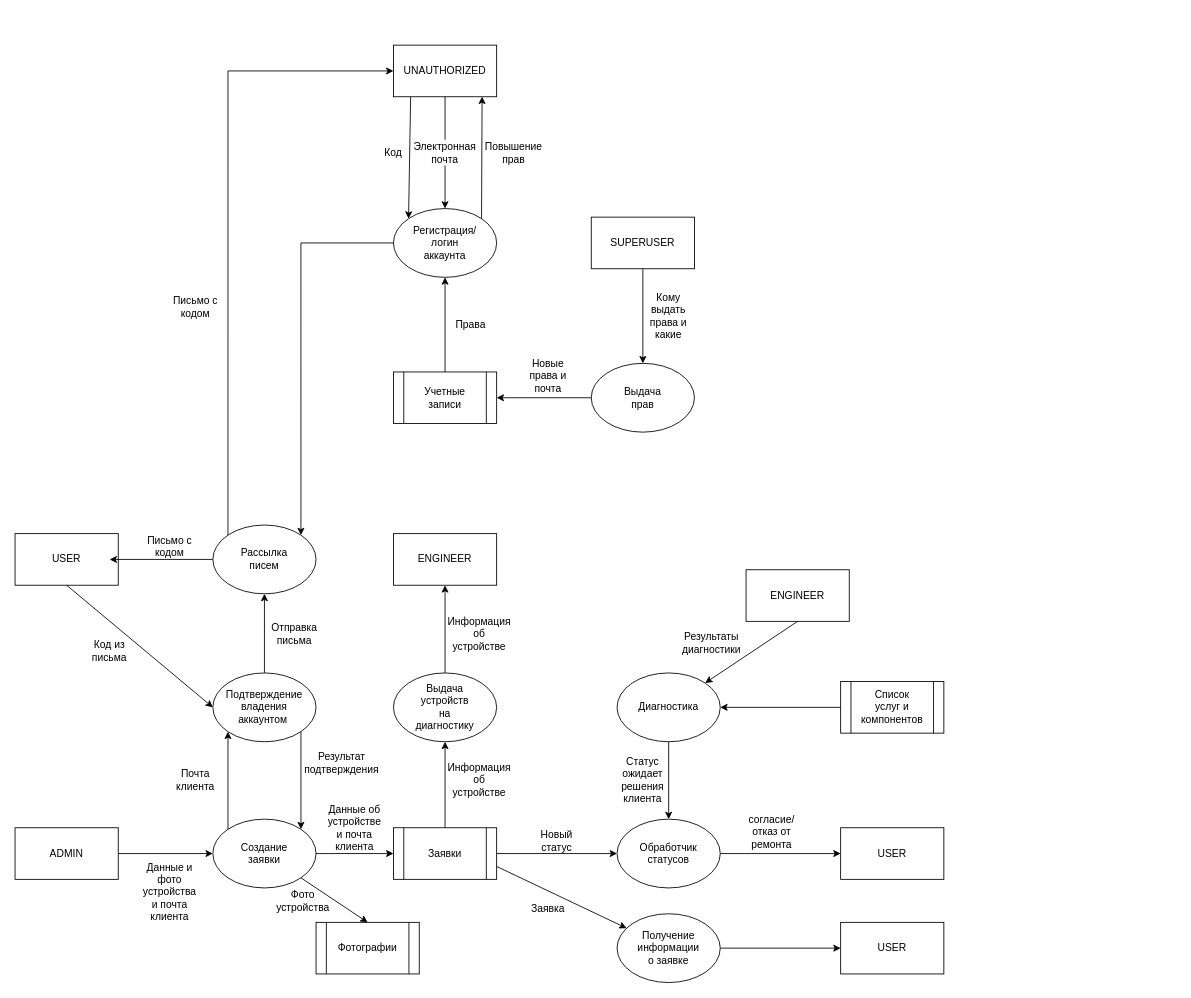
Before: docs/threat-model/architecture/diagram.drawio in exectly7/SecureDevelopment, a draw.io diagram. Source tidied: cells renumbered, new cells numbered last; positions are measured from the earlier drawing's top-left corner, leaving out a move shared by most shapes. Both pictures are drawn from the tidied source at 86%, with x=0, y=0 at pixel (15, 45).
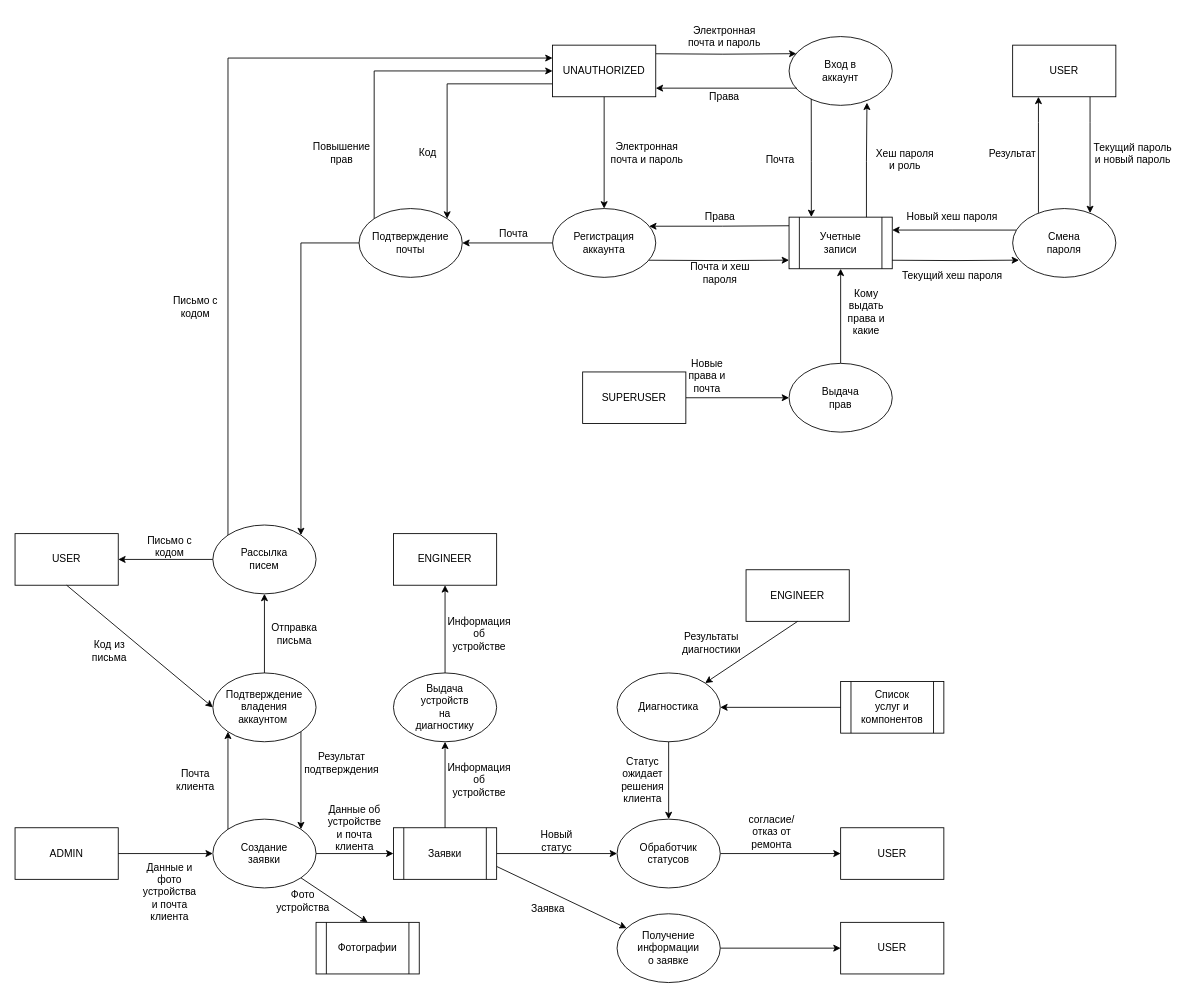
The same page after the edit.

Commit message (it also covers changes not shown here):
fix: update architecture diagram

Unchanged cells that the change refers to:
```xml
<mxCell id="3" style="rounded=0;whiteSpace=wrap;html=1;" parent="1" vertex="1">
  <mxGeometry y="910" width="120" height="60" as="geometry" />
</mxCell>
<mxCell id="17" style="rounded=0;whiteSpace=wrap;html=1;" parent="1" vertex="1">
  <mxGeometry y="568" width="120" height="60" as="geometry" />
</mxCell>
<mxCell id="32" style="ellipse;whiteSpace=wrap;html=1;shapeInside=1;" parent="1" vertex="1">
  <mxGeometry x="230" y="558" width="120" height="80" as="geometry" />
</mxCell>
```

The edit, as a diff of the source:
```diff
@@
-    <mxCell id="5" style="endArrow=classic;html=1;rounded=0;exitX=1;exitY=0.5;exitDx=0;exitDy=0;entryX=0;entryY=0.5;entryDx=0;entryDy=0;" parent="1" edge="1" source="3">
-      <mxGeometry relative="1" as="geometry">
-        <mxPoint x="230" y="940" as="targetPoint" />
-      </mxGeometry>
-    </mxCell>
+    <mxCell id="92" style="endArrow=classic;html=1;rounded=0;exitX=1;exitY=0.5;exitDx=0;exitDy=0;entryX=0;entryY=0.5;entryDx=0;entryDy=0;" parent="1" edge="1" source="3">
+      <mxGeometry relative="1" as="geometry">
+        <mxPoint x="230" y="940" as="targetPoint" />
+      </mxGeometry>
+    </mxCell>
@@
-    <mxCell id="23" style="shape=process;whiteSpace=wrap;html=1;backgroundOutline=1;" parent="1" vertex="1">
-      <mxGeometry x="440" y="380" width="120" height="60" as="geometry" />
-    </mxCell>
+    <mxCell id="93" style="edgeStyle=orthogonalEdgeStyle;rounded=0;jettySize=auto;html=1;entryX=0.936;entryY=0.257;entryDx=0;entryDy=0;entryPerimeter=0;" parent="1" edge="1" target="102">
+      <mxGeometry relative="1" as="geometry">
+        <mxPoint x="900" y="210" as="sourcePoint" />
+      </mxGeometry>
+    </mxCell>
+    <mxCell id="94" style="shape=process;whiteSpace=wrap;html=1;backgroundOutline=1;" parent="1" vertex="1">
+      <mxGeometry x="900" y="200" width="120" height="60" as="geometry" />
+    </mxCell>
     <mxCell id="24" value="Учетные записи" style="text;html=1;whiteSpace=wrap;strokeColor=none;fillColor=none;align=center;verticalAlign=middle;rounded=0;" parent="1" vertex="1">
-      <mxGeometry x="470" y="395" width="60" height="30" as="geometry" />
+      <mxGeometry x="930" y="215" width="60" height="30" as="geometry" />
     </mxCell>
@@
+    <mxCell id="95" style="edgeStyle=orthogonalEdgeStyle;rounded=0;jettySize=auto;html=1;exitX=0;exitY=0;exitDx=0;exitDy=0;entryX=0;entryY=0.25;entryDx=0;entryDy=0;" parent="1" edge="1" source="32" target="100">
+      <mxGeometry x="-0.02" relative="1" as="geometry">
+        <Array as="points">
+          <mxPoint x="247.6" y="15" />
+        </Array>
+      </mxGeometry>
+    </mxCell>
@@
-    <mxCell id="35" style="endArrow=classic;html=1;rounded=0;exitX=0;exitY=0.5;exitDx=0;exitDy=0;" parent="1" edge="1" source="32">
-      <mxGeometry relative="1" as="geometry">
-        <mxPoint x="110" y="598" as="targetPoint" />
-      </mxGeometry>
-    </mxCell>
+    <mxCell id="96" style="endArrow=classic;html=1;rounded=0;exitX=0;exitY=0.5;exitDx=0;exitDy=0;entryX=1;entryY=0.5;entryDx=0;entryDy=0;" parent="1" edge="1" source="32" target="17">
+      <mxGeometry relative="1" as="geometry" />
+    </mxCell>
@@
-    <mxCell id="68" style="rounded=0;whiteSpace=wrap;html=1;" parent="1" vertex="1">
-      <mxGeometry x="440" width="120" height="60" as="geometry" />
-    </mxCell>
+    <mxCell id="97" style="edgeStyle=orthogonalEdgeStyle;rounded=0;jettySize=auto;html=1;entryX=0.071;entryY=0.249;entryDx=0;entryDy=0;entryPerimeter=0;" parent="1" edge="1" target="111">
+      <mxGeometry x="-0.05" relative="1" as="geometry">
+        <mxPoint x="745" y="10" as="sourcePoint" />
+      </mxGeometry>
+    </mxCell>
+    <mxCell id="98" style="edgeStyle=orthogonalEdgeStyle;rounded=0;jettySize=auto;html=1;exitX=0;exitY=0.75;exitDx=0;exitDy=0;entryX=1;entryY=0;entryDx=0;entryDy=0;" parent="1" edge="1" source="100" target="115">
+      <mxGeometry x="0.09" relative="1" as="geometry">
+        <Array as="points">
+          <mxPoint x="502.4" y="45" />
+        </Array>
+      </mxGeometry>
+    </mxCell>
+    <mxCell id="99" style="edgeStyle=orthogonalEdgeStyle;rounded=0;jettySize=auto;html=1;entryX=0.5;entryY=0;entryDx=0;entryDy=0;" parent="1" edge="1" source="100" target="102">
+      <mxGeometry relative="1" as="geometry" />
+    </mxCell>
+    <mxCell id="100" style="rounded=0;whiteSpace=wrap;html=1;" parent="1" vertex="1">
+      <mxGeometry x="625" width="120" height="60" as="geometry" />
+    </mxCell>
     <mxCell id="69" value="UNAUTHORIZED" style="text;html=1;whiteSpace=wrap;strokeColor=none;fillColor=none;align=center;verticalAlign=middle;rounded=0;" parent="1" vertex="1">
-      <mxGeometry x="470" y="15" width="60" height="30" as="geometry" />
+      <mxGeometry x="655" y="15" width="60" height="30" as="geometry" />
     </mxCell>
-    <mxCell id="70" style="endArrow=classic;html=1;rounded=0;exitX=0.5;exitY=1;exitDx=0;exitDy=0;" parent="1" edge="1" source="91" target="71">
-      <mxGeometry relative="1" as="geometry" />
-    </mxCell>
-    <mxCell id="71" style="ellipse;whiteSpace=wrap;html=1;shapeInside=1;" parent="1" vertex="1">
-      <mxGeometry x="440" y="190" width="120" height="80" as="geometry" />
-    </mxCell>
-    <mxCell id="72" value="Регистрация/логин аккаунта" style="text;html=1;whiteSpace=wrap;strokeColor=none;fillColor=none;align=center;verticalAlign=middle;rounded=0;" parent="1" vertex="1">
-      <mxGeometry x="470" y="215" width="60" height="30" as="geometry" />
-    </mxCell>
-    <mxCell id="73" style="endArrow=classic;html=1;rounded=0;exitX=0;exitY=0.5;exitDx=0;exitDy=0;entryX=1;entryY=0;entryDx=0;entryDy=0;edgeStyle=orthogonalEdgeStyle;" parent="1" edge="1" source="71" target="32">
-      <mxGeometry relative="1" as="geometry" />
-    </mxCell>
-    <mxCell id="74" style="endArrow=classic;html=1;rounded=0;exitX=0;exitY=0;exitDx=0;exitDy=0;entryX=0;entryY=0.5;entryDx=0;entryDy=0;edgeStyle=orthogonalEdgeStyle;" parent="1" edge="1" source="32" target="68">
-      <mxGeometry relative="1" as="geometry">
-        <Array as="points">
-          <mxPoint x="247.6" y="30" />
-        </Array>
-      </mxGeometry>
-    </mxCell>
+    <mxCell id="101" style="edgeStyle=orthogonalEdgeStyle;rounded=0;jettySize=auto;html=1;exitX=0;exitY=0.5;exitDx=0;exitDy=0;entryX=1;entryY=0.5;entryDx=0;entryDy=0;" parent="1" edge="1" source="102" target="115">
+      <mxGeometry relative="1" as="geometry" />
+    </mxCell>
+    <mxCell id="102" style="ellipse;whiteSpace=wrap;html=1;shapeInside=1;" parent="1" vertex="1">
+      <mxGeometry x="625" y="190" width="120" height="80" as="geometry" />
+    </mxCell>
+    <mxCell id="103" value="Регистрация аккаунта" style="text;html=1;whiteSpace=wrap;strokeColor=none;fillColor=none;align=center;verticalAlign=middle;rounded=0;" parent="1" vertex="1">
+      <mxGeometry x="655" y="215" width="60" height="30" as="geometry" />
+    </mxCell>
@@
-    <mxCell id="76" style="endArrow=classic;html=1;rounded=0;entryX=0;entryY=0;entryDx=0;entryDy=0;" parent="1" edge="1" target="71">
-      <mxGeometry relative="1" as="geometry">
-        <mxPoint x="460" y="60" as="sourcePoint" />
-      </mxGeometry>
-    </mxCell>
+    <mxCell id="104" value="&lt;div&gt;Электронная почта и пароль&lt;/div&gt;" style="text;html=1;whiteSpace=wrap;strokeColor=none;fillColor=none;align=center;verticalAlign=middle;rounded=0;" parent="1" vertex="1">
+      <mxGeometry x="690" y="100" width="90" height="50" as="geometry" />
+    </mxCell>
+    <mxCell id="79" value="Повышение прав" style="text;html=1;whiteSpace=wrap;strokeColor=none;fillColor=none;align=center;verticalAlign=middle;rounded=0;" parent="1" vertex="1">
+      <mxGeometry x="350" y="110" width="60" height="30" as="geometry" />
+    </mxCell>
+    <mxCell id="105" style="edgeStyle=orthogonalEdgeStyle;rounded=0;jettySize=auto;html=1;" parent="1" edge="1" source="106" target="108">
+      <mxGeometry relative="1" as="geometry" />
+    </mxCell>
+    <mxCell id="106" style="rounded=0;whiteSpace=wrap;html=1;" parent="1" vertex="1">
+      <mxGeometry x="660" y="380" width="120" height="60" as="geometry" />
+    </mxCell>
+    <mxCell id="81" value="SUPERUSER" style="text;html=1;whiteSpace=wrap;strokeColor=none;fillColor=none;align=center;verticalAlign=middle;rounded=0;" parent="1" vertex="1">
+      <mxGeometry x="690" y="395" width="60" height="30" as="geometry" />
+    </mxCell>
+    <mxCell id="107" style="edgeStyle=orthogonalEdgeStyle;rounded=0;jettySize=auto;html=1;exitX=0.5;exitY=0;exitDx=0;exitDy=0;entryX=0.5;entryY=1;entryDx=0;entryDy=0;" parent="1" edge="1" source="108" target="94">
+      <mxGeometry relative="1" as="geometry" />
+    </mxCell>
+    <mxCell id="108" style="ellipse;whiteSpace=wrap;html=1;shapeInside=1;" parent="1" vertex="1">
+      <mxGeometry x="900" y="370" width="120" height="80" as="geometry" />
+    </mxCell>
+    <mxCell id="83" value="Выдача прав" style="text;html=1;whiteSpace=wrap;strokeColor=none;fillColor=none;align=center;verticalAlign=middle;rounded=0;" parent="1" vertex="1">
+      <mxGeometry x="930" y="395" width="60" height="30" as="geometry" />
+    </mxCell>
+    <mxCell id="85" value="Новые права и почта" style="text;html=1;whiteSpace=wrap;strokeColor=none;fillColor=none;align=center;verticalAlign=middle;rounded=0;" parent="1" vertex="1">
+      <mxGeometry x="775" y="370" width="60" height="30" as="geometry" />
+    </mxCell>
+    <mxCell id="87" value="Кому выдать права и какие" style="text;html=1;whiteSpace=wrap;strokeColor=none;fillColor=none;align=center;verticalAlign=middle;rounded=0;" parent="1" vertex="1">
+      <mxGeometry x="960" y="295" width="60" height="30" as="geometry" />
+    </mxCell>
+    <mxCell id="109" value="Права" style="text;html=1;whiteSpace=wrap;strokeColor=none;fillColor=none;align=center;verticalAlign=middle;rounded=0;" parent="1" vertex="1">
+      <mxGeometry x="790" y="190" width="60" height="20" as="geometry" />
+    </mxCell>
+    <mxCell id="110" value="Почта и хеш пароля" style="text;html=1;whiteSpace=wrap;strokeColor=none;fillColor=none;align=center;verticalAlign=middle;rounded=0;" parent="1" vertex="1">
+      <mxGeometry x="770" y="250" width="100" height="30" as="geometry" />
+    </mxCell>
+    <mxCell id="111" style="ellipse;whiteSpace=wrap;html=1;shapeInside=1;" parent="1" vertex="1">
+      <mxGeometry x="900" y="-10" width="120" height="80" as="geometry" />
+    </mxCell>
+    <mxCell id="112" value="&lt;div&gt;Вход в аккаунт&lt;/div&gt;" style="text;html=1;whiteSpace=wrap;strokeColor=none;fillColor=none;align=center;verticalAlign=middle;rounded=0;" parent="1" vertex="1">
+      <mxGeometry x="930" y="15" width="60" height="30" as="geometry" />
+    </mxCell>
+    <mxCell id="113" style="edgeStyle=orthogonalEdgeStyle;rounded=0;jettySize=auto;html=1;entryX=1;entryY=0;entryDx=0;entryDy=0;" parent="1" edge="1" source="115" target="32">
+      <mxGeometry relative="1" as="geometry" />
+    </mxCell>
+    <mxCell id="114" style="edgeStyle=orthogonalEdgeStyle;rounded=0;jettySize=auto;html=1;exitX=0;exitY=0;exitDx=0;exitDy=0;entryX=0;entryY=0.5;entryDx=0;entryDy=0;" parent="1" edge="1" source="115" target="100">
+      <mxGeometry relative="1" as="geometry">
+        <Array as="points">
+          <mxPoint x="417.6" y="30" />
+        </Array>
+      </mxGeometry>
+    </mxCell>
+    <mxCell id="115" style="ellipse;whiteSpace=wrap;html=1;shapeInside=1;" parent="1" vertex="1">
+      <mxGeometry x="400" y="190" width="120" height="80" as="geometry" />
+    </mxCell>
+    <mxCell id="116" value="&lt;div align=&quot;center&quot;&gt;Подтверждение почты&lt;/div&gt;" style="text;html=1;whiteSpace=wrap;strokeColor=none;fillColor=none;align=center;verticalAlign=middle;rounded=0;" parent="1" vertex="1">
+      <mxGeometry x="430" y="215" width="60" height="30" as="geometry" />
+    </mxCell>
     <mxCell id="77" value="Код" style="text;html=1;whiteSpace=wrap;strokeColor=none;fillColor=none;align=center;verticalAlign=middle;rounded=0;" parent="1" vertex="1">
-      <mxGeometry x="410" y="110" width="60" height="30" as="geometry" />
+      <mxGeometry x="460" y="110" width="40" height="30" as="geometry" />
     </mxCell>
-    <mxCell id="78" style="endArrow=classic;html=1;rounded=0;exitX=1;exitY=0;exitDx=0;exitDy=0;entryX=0.859;entryY=0.998;entryDx=0;entryDy=0;entryPerimeter=0;" parent="1" edge="1" source="71" target="68">
-      <mxGeometry relative="1" as="geometry" />
-    </mxCell>
-    <mxCell id="79" value="Повышение прав" style="text;html=1;whiteSpace=wrap;strokeColor=none;fillColor=none;align=center;verticalAlign=middle;rounded=0;" parent="1" vertex="1">
-      <mxGeometry x="550" y="110" width="60" height="30" as="geometry" />
-    </mxCell>
-    <mxCell id="80" style="rounded=0;whiteSpace=wrap;html=1;" parent="1" vertex="1">
-      <mxGeometry x="670" y="200" width="120" height="60" as="geometry" />
-    </mxCell>
-    <mxCell id="81" value="SUPERUSER" style="text;html=1;whiteSpace=wrap;strokeColor=none;fillColor=none;align=center;verticalAlign=middle;rounded=0;" parent="1" vertex="1">
-      <mxGeometry x="700" y="215" width="60" height="30" as="geometry" />
-    </mxCell>
-    <mxCell id="82" style="ellipse;whiteSpace=wrap;html=1;shapeInside=1;" parent="1" vertex="1">
-      <mxGeometry x="670" y="370" width="120" height="80" as="geometry" />
-    </mxCell>
-    <mxCell id="83" value="Выдача прав" style="text;html=1;whiteSpace=wrap;strokeColor=none;fillColor=none;align=center;verticalAlign=middle;rounded=0;" parent="1" vertex="1">
-      <mxGeometry x="700" y="395" width="60" height="30" as="geometry" />
-    </mxCell>
-    <mxCell id="84" style="endArrow=classic;html=1;rounded=0;entryX=1;entryY=0.5;entryDx=0;entryDy=0;exitX=0;exitY=0.5;exitDx=0;exitDy=0;" parent="1" edge="1" source="82" target="23">
-      <mxGeometry relative="1" as="geometry" />
-    </mxCell>
-    <mxCell id="85" value="Новые права и почта" style="text;html=1;whiteSpace=wrap;strokeColor=none;fillColor=none;align=center;verticalAlign=middle;rounded=0;" parent="1" vertex="1">
-      <mxGeometry x="590" y="370" width="60" height="30" as="geometry" />
-    </mxCell>
-    <mxCell id="86" style="endArrow=classic;html=1;rounded=0;entryX=0.5;entryY=0;entryDx=0;entryDy=0;exitX=0.5;exitY=1;exitDx=0;exitDy=0;" parent="1" edge="1" source="80" target="82">
-      <mxGeometry relative="1" as="geometry" />
-    </mxCell>
-    <mxCell id="87" value="Кому выдать права и какие" style="text;html=1;whiteSpace=wrap;strokeColor=none;fillColor=none;align=center;verticalAlign=middle;rounded=0;" parent="1" vertex="1">
-      <mxGeometry x="730" y="300" width="60" height="30" as="geometry" />
-    </mxCell>
-    <mxCell id="88" style="endArrow=classic;html=1;rounded=0;entryX=0.5;entryY=1;entryDx=0;entryDy=0;exitX=0.5;exitY=0;exitDx=0;exitDy=0;" parent="1" edge="1" source="23" target="71">
-      <mxGeometry relative="1" as="geometry" />
-    </mxCell>
-    <mxCell id="89" value="Права" style="text;html=1;whiteSpace=wrap;strokeColor=none;fillColor=none;align=center;verticalAlign=middle;rounded=0;" parent="1" vertex="1">
-      <mxGeometry x="500" y="310" width="60" height="30" as="geometry" />
-    </mxCell>
-    <mxCell id="90" style="endArrow=none;html=1;rounded=0;exitX=0.5;exitY=1;exitDx=0;exitDy=0;endFill=0;" parent="1" edge="1" source="68" target="91">
-      <mxGeometry relative="1" as="geometry" />
-    </mxCell>
-    <mxCell id="91" value="Электронная почта" style="text;html=1;whiteSpace=wrap;strokeColor=none;fillColor=none;align=center;verticalAlign=middle;rounded=0;" parent="1" vertex="1">
-      <mxGeometry x="470" y="110" width="60" height="30" as="geometry" />
-    </mxCell>
+    <mxCell id="117" style="edgeStyle=orthogonalEdgeStyle;rounded=0;jettySize=auto;html=1;entryX=0.934;entryY=0.751;entryDx=0;entryDy=0;entryPerimeter=0;startArrow=classic;startFill=1;endArrow=none;endFill=0;" parent="1" edge="1" target="102">
+      <mxGeometry x="-0.02" relative="1" as="geometry">
+        <mxPoint x="900" y="250" as="sourcePoint" />
+      </mxGeometry>
+    </mxCell>
+    <mxCell id="118" style="edgeStyle=orthogonalEdgeStyle;rounded=0;jettySize=auto;html=1;entryX=0.755;entryY=0.961;entryDx=0;entryDy=0;entryPerimeter=0;" parent="1" edge="1" target="111">
+      <mxGeometry relative="1" as="geometry">
+        <mxPoint x="990" y="200" as="sourcePoint" />
+        <Array as="points">
+          <mxPoint x="990" y="135" />
+        </Array>
+      </mxGeometry>
+    </mxCell>
+    <mxCell id="119" value="Хеш пароля и роль" style="text;html=1;whiteSpace=wrap;strokeColor=none;fillColor=none;align=center;verticalAlign=middle;rounded=0;" parent="1" vertex="1">
+      <mxGeometry x="1000" y="115" width="70" height="35" as="geometry" />
+    </mxCell>
+    <mxCell id="120" value="&lt;div&gt;Электронная почта и пароль&lt;/div&gt;" style="text;html=1;whiteSpace=wrap;strokeColor=none;fillColor=none;align=center;verticalAlign=middle;rounded=0;" parent="1" vertex="1">
+      <mxGeometry x="780" y="-35" width="90" height="50" as="geometry" />
+    </mxCell>
+    <mxCell id="121" value="Почта" style="text;html=1;whiteSpace=wrap;strokeColor=none;fillColor=none;align=center;verticalAlign=middle;rounded=0;" parent="1" vertex="1">
+      <mxGeometry x="540" y="210" width="80" height="20" as="geometry" />
+    </mxCell>
+    <mxCell id="122" style="edgeStyle=orthogonalEdgeStyle;rounded=0;orthogonalLoop=1;jettySize=auto;html=1;entryX=0.071;entryY=0.249;entryDx=0;entryDy=0;entryPerimeter=0;startArrow=classic;startFill=1;endArrow=none;endFill=0;" parent="1" edge="1">
+      <mxGeometry x="-0.05" relative="1" as="geometry">
+        <mxPoint x="745" y="50" as="sourcePoint" />
+        <mxPoint x="909" y="50" as="targetPoint" />
+      </mxGeometry>
+    </mxCell>
+    <mxCell id="123" value="Права" style="text;html=1;whiteSpace=wrap;strokeColor=none;fillColor=none;align=center;verticalAlign=middle;rounded=0;" parent="1" vertex="1">
+      <mxGeometry x="780" y="50" width="90" height="20" as="geometry" />
+    </mxCell>
+    <mxCell id="124" style="edgeStyle=orthogonalEdgeStyle;rounded=0;jettySize=auto;html=1;entryX=0.215;entryY=0.905;entryDx=0;entryDy=0;entryPerimeter=0;exitX=0.216;exitY=-0.002;exitDx=0;exitDy=0;exitPerimeter=0;startArrow=classic;startFill=1;endArrow=none;endFill=0;" parent="1" edge="1" source="94" target="111">
+      <mxGeometry x="0.01" relative="1" as="geometry" />
+    </mxCell>
+    <mxCell id="125" value="Почта" style="text;html=1;whiteSpace=wrap;strokeColor=none;fillColor=none;align=center;verticalAlign=middle;rounded=0;" parent="1" vertex="1">
+      <mxGeometry x="860" y="122.5" width="60" height="20" as="geometry" />
+    </mxCell>
+    <mxCell id="126" style="edgeStyle=orthogonalEdgeStyle;rounded=0;jettySize=auto;html=1;entryX=0.75;entryY=0.066;entryDx=0;entryDy=0;entryPerimeter=0;" parent="1" edge="1" source="127" target="129">
+      <mxGeometry x="0.18" relative="1" as="geometry">
+        <Array as="points">
+          <mxPoint x="1250" y="90" />
+          <mxPoint x="1250" y="90" />
+        </Array>
+      </mxGeometry>
+    </mxCell>
+    <mxCell id="127" value="USER" style="rounded=0;whiteSpace=wrap;html=1;" parent="1" vertex="1">
+      <mxGeometry x="1160" width="120" height="60" as="geometry" />
+    </mxCell>
+    <mxCell id="128" style="edgeStyle=orthogonalEdgeStyle;rounded=0;jettySize=auto;html=1;entryX=1;entryY=0.5;entryDx=0;entryDy=0;exitX=0.035;exitY=0.313;exitDx=0;exitDy=0;exitPerimeter=0;" parent="1" edge="1" source="129">
+      <mxGeometry relative="1" as="geometry">
+        <mxPoint x="1020" y="215" as="targetPoint" />
+      </mxGeometry>
+    </mxCell>
+    <mxCell id="129" style="ellipse;whiteSpace=wrap;html=1;shapeInside=1;" parent="1" vertex="1">
+      <mxGeometry x="1160" y="190" width="120" height="80" as="geometry" />
+    </mxCell>
+    <mxCell id="130" value="Смена пароля" style="text;html=1;whiteSpace=wrap;strokeColor=none;fillColor=none;align=center;verticalAlign=middle;rounded=0;" parent="1" vertex="1">
+      <mxGeometry x="1190" y="215" width="60" height="30" as="geometry" />
+    </mxCell>
+    <mxCell id="131" value="Текущий пароль и новый пароль" style="text;html=1;whiteSpace=wrap;strokeColor=none;fillColor=none;align=center;verticalAlign=middle;rounded=0;" parent="1" vertex="1">
+      <mxGeometry x="1250" y="108" width="100" height="35" as="geometry" />
+    </mxCell>
+    <mxCell id="132" style="edgeStyle=orthogonalEdgeStyle;rounded=0;orthogonalLoop=1;jettySize=auto;html=1;exitX=0.062;exitY=0.749;exitDx=0;exitDy=0;exitPerimeter=0;startArrow=classic;startFill=1;endArrow=none;endFill=0;" parent="1" edge="1">
+      <mxGeometry relative="1" as="geometry">
+        <mxPoint x="1167.4" y="250" as="sourcePoint" />
+        <mxPoint x="1020" y="250.1" as="targetPoint" />
+      </mxGeometry>
+    </mxCell>
+    <mxCell id="133" style="edgeStyle=orthogonalEdgeStyle;rounded=0;orthogonalLoop=1;jettySize=auto;html=1;entryX=0.75;entryY=0.066;entryDx=0;entryDy=0;entryPerimeter=0;startArrow=classic;startFill=1;endArrow=none;endFill=0;" parent="1" edge="1">
+      <mxGeometry x="0.19" relative="1" as="geometry">
+        <mxPoint x="1190" y="60" as="sourcePoint" />
+        <mxPoint x="1190" y="195" as="targetPoint" />
+        <Array as="points">
+          <mxPoint x="1190" y="90" />
+          <mxPoint x="1190" y="90" />
+        </Array>
+      </mxGeometry>
+    </mxCell>
+    <mxCell id="134" value="Результат" style="text;html=1;whiteSpace=wrap;strokeColor=none;fillColor=none;align=center;verticalAlign=middle;rounded=0;" parent="1" vertex="1">
+      <mxGeometry x="1130" y="108" width="60" height="35" as="geometry" />
+    </mxCell>
+    <mxCell id="135" value="Новый хеш пароля" style="text;html=1;whiteSpace=wrap;strokeColor=none;fillColor=none;align=center;verticalAlign=middle;rounded=0;" parent="1" vertex="1">
+      <mxGeometry x="1030" y="182.5" width="120" height="35" as="geometry" />
+    </mxCell>
+    <mxCell id="136" value="Текущий хеш пароля" style="text;html=1;whiteSpace=wrap;strokeColor=none;fillColor=none;align=center;verticalAlign=middle;rounded=0;" parent="1" vertex="1">
+      <mxGeometry x="1030" y="250" width="120" height="35" as="geometry" />
+    </mxCell>
```
